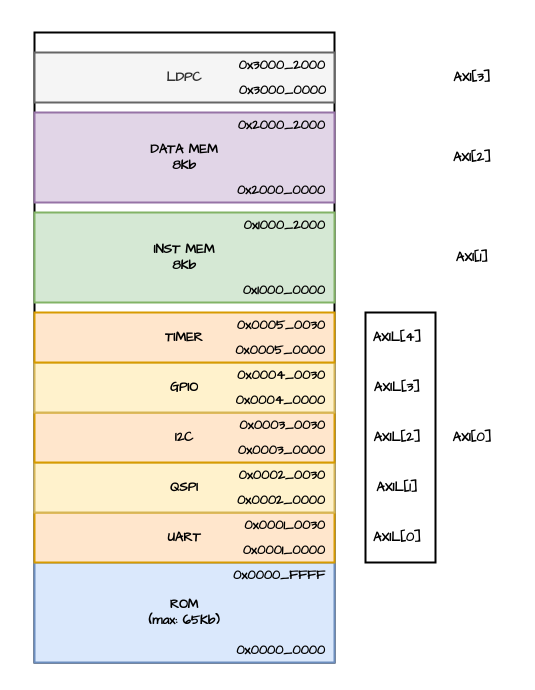
Earlier version of the draw.io diagram page "ADDR_MEMORY_MAP" (10 of 10) of tasarımlar/YONGA-TASARIM.drawio (YEDITEPE-Sayisal-Tasarim-Toplulugu/7Yonga). Source tidied: cells renumbered, new cells numbered last; positions are measured from the earlier drawing's top-left corner, leaving out a move shared by most shapes. Both pictures are drawn from the tidied source at 100%, with x=0, y=0 at pixel (34, 32).
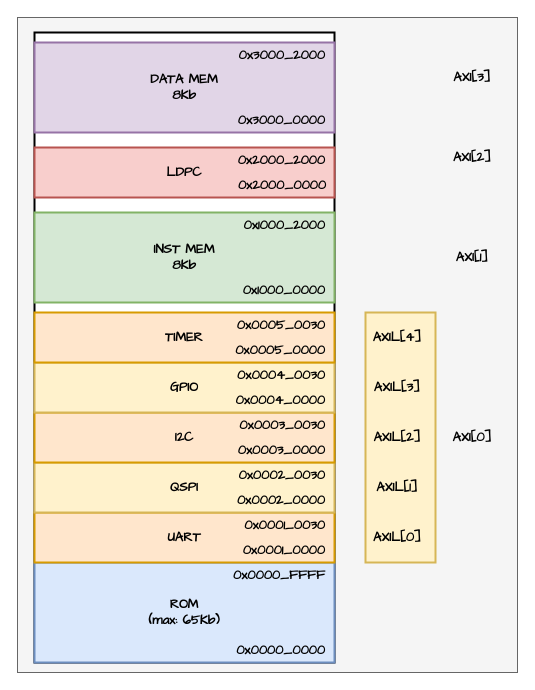
The same page after the edit.

What changed in the source:
```diff
@@
+    <mxCell id="40" style="rounded=0;whiteSpace=wrap;html=1;fillColor=#f5f5f5;fontColor=#333333;strokeColor=#666666;" parent="1" vertex="1">
+      <mxGeometry x="-17" y="-15" width="500" height="655" as="geometry" />
+    </mxCell>
-    <mxCell id="2" style="rounded=0;whiteSpace=wrap;html=1;strokeWidth=2;fontFamily=Comic Sans MS;fontSize=13;fontStyle=1;" parent="1" vertex="1">
+    <mxCell id="2" style="rounded=0;whiteSpace=wrap;html=1;strokeWidth=2;fontFamily=Comic Sans MS;fontSize=13;fontStyle=1;fillColor=#fff2cc;strokeColor=#d6b656;" parent="1" vertex="1">
       <mxGeometry x="331" y="280" width="70" height="250" as="geometry" />
     </mxCell>
@@
     <mxCell id="11" value="DATA MEM&lt;div&gt;8Kb&lt;/div&gt;" style="rounded=0;whiteSpace=wrap;html=1;fontFamily=Comic Sans MS;fontSize=13;fontStyle=1;fillColor=#e1d5e7;strokeColor=#9673a6;strokeWidth=2;" parent="1" vertex="1">
-      <mxGeometry y="80" width="300" height="90" as="geometry" />
+      <mxGeometry y="10" width="300" height="90" as="geometry" />
     </mxCell>
@@
-    <mxCell id="26" value="0x2000_0000" style="text;html=1;align=right;verticalAlign=middle;whiteSpace=wrap;rounded=0;spacingTop=7;spacingBottom=7;spacingRight=6;fontFamily=Comic Sans MS;fontSize=13;fontStyle=1;strokeWidth=2;" parent="1" vertex="1">
-      <mxGeometry x="217" y="145" width="82" height="25" as="geometry" />
+    <mxCell id="26" value="0x3000_0000" style="text;html=1;align=right;verticalAlign=middle;whiteSpace=wrap;rounded=0;spacingTop=7;spacingBottom=7;spacingRight=6;fontFamily=Comic Sans MS;fontSize=13;fontStyle=1;strokeWidth=2;" parent="1" vertex="1">
+      <mxGeometry x="217" y="75" width="82" height="25" as="geometry" />
     </mxCell>
-    <mxCell id="27" value="0x2000_2000" style="text;html=1;align=right;verticalAlign=middle;whiteSpace=wrap;rounded=0;spacingTop=7;spacingBottom=7;spacingRight=6;fontFamily=Comic Sans MS;fontSize=13;fontStyle=1;strokeWidth=2;" parent="1" vertex="1">
-      <mxGeometry x="217" y="80" width="82" height="25" as="geometry" />
+    <mxCell id="27" value="0x3000_2000" style="text;html=1;align=right;verticalAlign=middle;whiteSpace=wrap;rounded=0;spacingTop=7;spacingBottom=7;spacingRight=6;fontFamily=Comic Sans MS;fontSize=13;fontStyle=1;strokeWidth=2;" parent="1" vertex="1">
+      <mxGeometry x="217" y="10" width="82" height="25" as="geometry" />
     </mxCell>
-    <mxCell id="28" value="LDPC" style="rounded=0;whiteSpace=wrap;html=1;fontFamily=Comic Sans MS;fontSize=13;fontStyle=1;fillColor=#f5f5f5;fontColor=#333333;strokeColor=#666666;strokeWidth=2;" parent="1" vertex="1">
-      <mxGeometry y="20" width="300" height="50" as="geometry" />
+    <mxCell id="28" value="LDPC" style="rounded=0;whiteSpace=wrap;html=1;fontFamily=Comic Sans MS;fontSize=13;fontStyle=1;fillColor=#f8cecc;strokeColor=#b85450;strokeWidth=2;" parent="1" vertex="1">
+      <mxGeometry y="115" width="300" height="50" as="geometry" />
     </mxCell>
-    <mxCell id="29" value="0x3000_0000" style="text;html=1;align=right;verticalAlign=middle;whiteSpace=wrap;rounded=0;spacingTop=7;spacingBottom=7;spacingRight=6;fontFamily=Comic Sans MS;fontSize=13;fontStyle=1;strokeWidth=2;" parent="1" vertex="1">
-      <mxGeometry x="218" y="45" width="82" height="25" as="geometry" />
+    <mxCell id="29" value="0x2000_0000" style="text;html=1;align=right;verticalAlign=middle;whiteSpace=wrap;rounded=0;spacingTop=7;spacingBottom=7;spacingRight=6;fontFamily=Comic Sans MS;fontSize=13;fontStyle=1;strokeWidth=2;" parent="1" vertex="1">
+      <mxGeometry x="218" y="140" width="82" height="25" as="geometry" />
     </mxCell>
-    <mxCell id="30" value="0x3000_2000" style="text;html=1;align=right;verticalAlign=middle;whiteSpace=wrap;rounded=0;spacingTop=7;spacingBottom=7;spacingRight=6;fontFamily=Comic Sans MS;fontSize=13;fontStyle=1;strokeWidth=2;" parent="1" vertex="1">
-      <mxGeometry x="217" y="20" width="82" height="25" as="geometry" />
+    <mxCell id="30" value="0x2000_2000" style="text;html=1;align=right;verticalAlign=middle;whiteSpace=wrap;rounded=0;spacingTop=7;spacingBottom=7;spacingRight=6;fontFamily=Comic Sans MS;fontSize=13;fontStyle=1;strokeWidth=2;" parent="1" vertex="1">
+      <mxGeometry x="217" y="115" width="82" height="25" as="geometry" />
     </mxCell>
```
